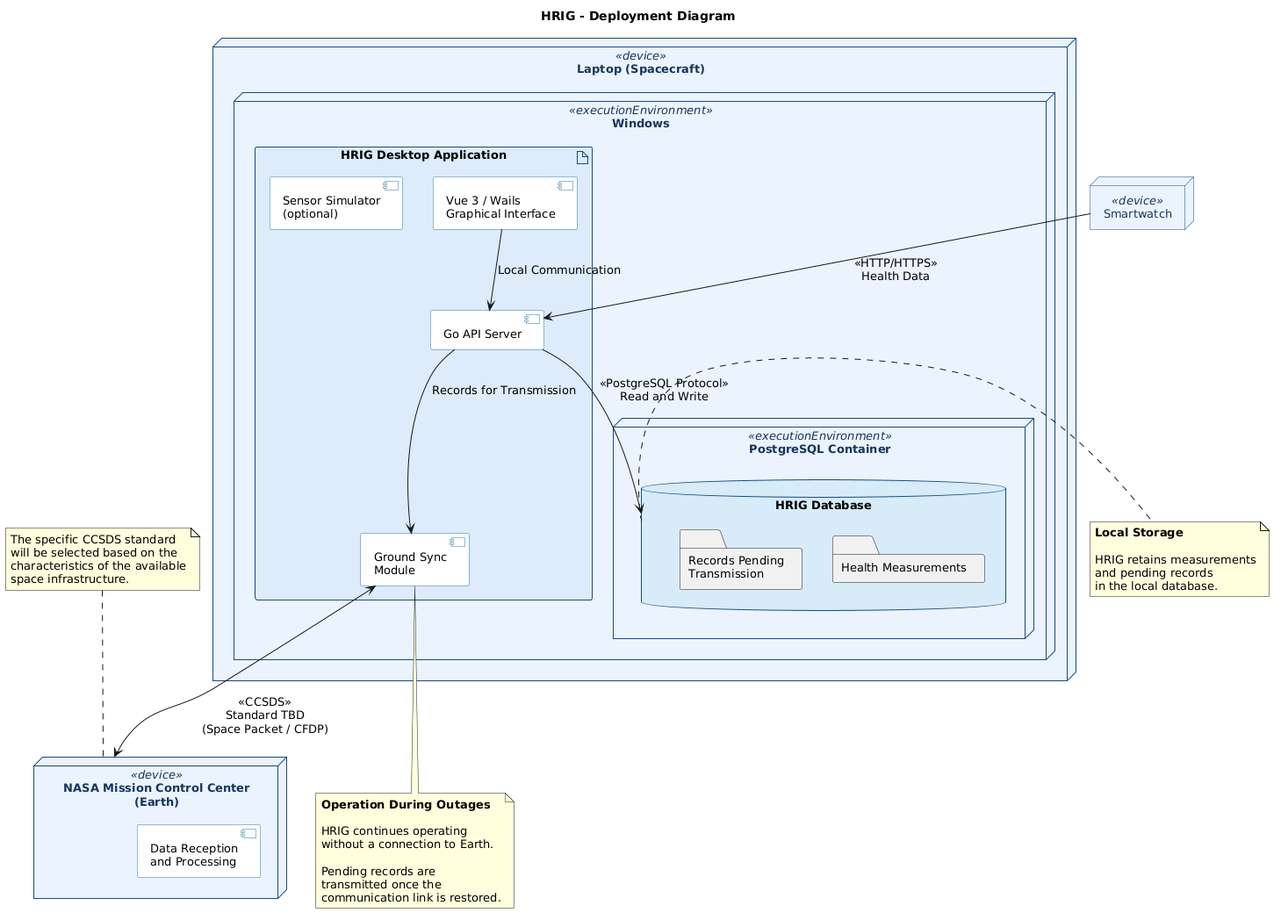
OGShawnLee/HRIG keeps this PlantUML diagram as .routing/HRIG-FullDeploymentDiagram.png. Above is the earlier version. The source it was exported from:
```plantuml
@startuml
title HRIG - Deployment Diagram

skinparam backgroundColor white
skinparam shadowing false
skinparam defaultFontName Arial
skinparam defaultFontSize 13
skinparam node {
    BackgroundColor #EAF3FF
    BorderColor #174A7E
    FontColor #17365D
}
skinparam artifact {
    BackgroundColor #DCEBFA
    BorderColor #174A7E
}
skinparam component {
    BackgroundColor #FFFFFF
    BorderColor #2874A6
}
skinparam database {
    BackgroundColor #D6EAF8
    BorderColor #174A7E
}


node "NASA Mission Control Center\n(Earth)" <<device>> as NASA {
    component "Data Reception\nand Processing" as Ground
}


node "Laptop (Spacecraft)" <<device>> as Laptop {

    node "Windows" <<executionEnvironment>> as Windows {

        artifact "HRIG Desktop Application" as HRIG {

            component "Vue 3 / Wails\nGraphical Interface" as UI

            component "Go API Server" as API

            component "Ground Sync\nModule" as Sync

            component "Sensor Simulator\n(optional)" as Simulator
        }

        node "PostgreSQL Container" <<executionEnvironment>> as PGContainer {
            database "HRIG Database" as DB {
                folder "Health Measurements"
                folder "Records Pending\nTransmission"
            }
        }
    }
}


node "Smartwatch" <<device>> as Watch


Watch --> API : <<HTTP/HTTPS>>\nHealth Data

UI --> API : Local Communication

API --> DB : <<PostgreSQL Protocol>>\nRead and Write

API --> Sync : Records for Transmission

Sync <--> NASA : <<CCSDS>>\nStandard TBD\n(Space Packet / CFDP)


note right of DB
  **Local Storage**

  HRIG retains measurements
  and pending records
  in the local database.
end note

note bottom of Sync
  **Operation During Outages**

  HRIG continues operating
  without a connection to Earth.

  Pending records are
  transmitted once the
  communication link is restored.
end note

note top of NASA
  The specific CCSDS standard
  will be selected based on the
  characteristics of the available
  space infrastructure.
end note
@enduml
```
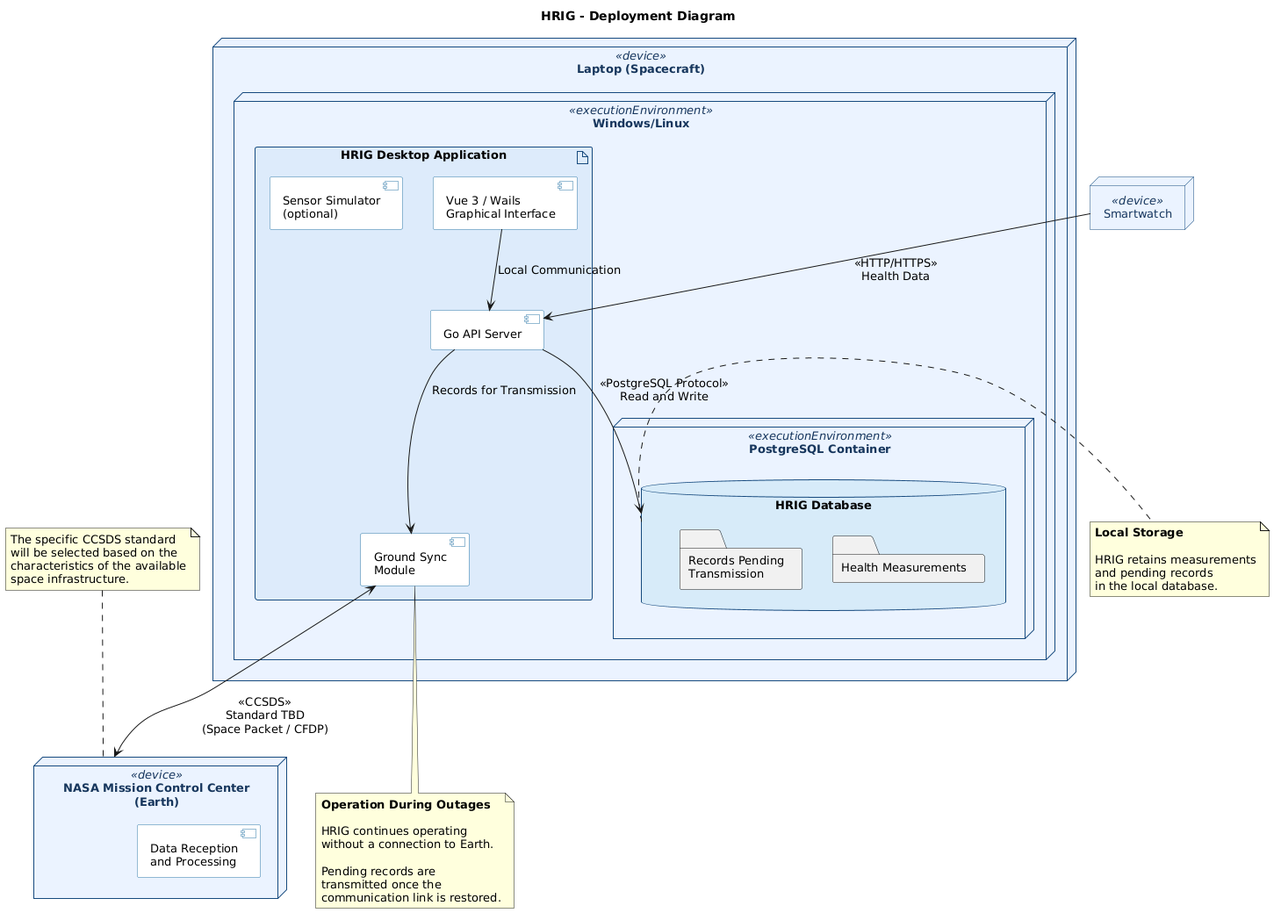
Later version of the same file.

Commit message:
New deployment diagram

Diff of the diagram source:
```diff
@@ -31,7 +31,7 @@
 
 node "Laptop (Spacecraft)" <<device>> as Laptop {
 
-    node "Windows" <<executionEnvironment>> as Windows {
+    node "Windows/Linux" <<executionEnvironment>> as Windows {
 
         artifact "HRIG Desktop Application" as HRIG {
 
```
